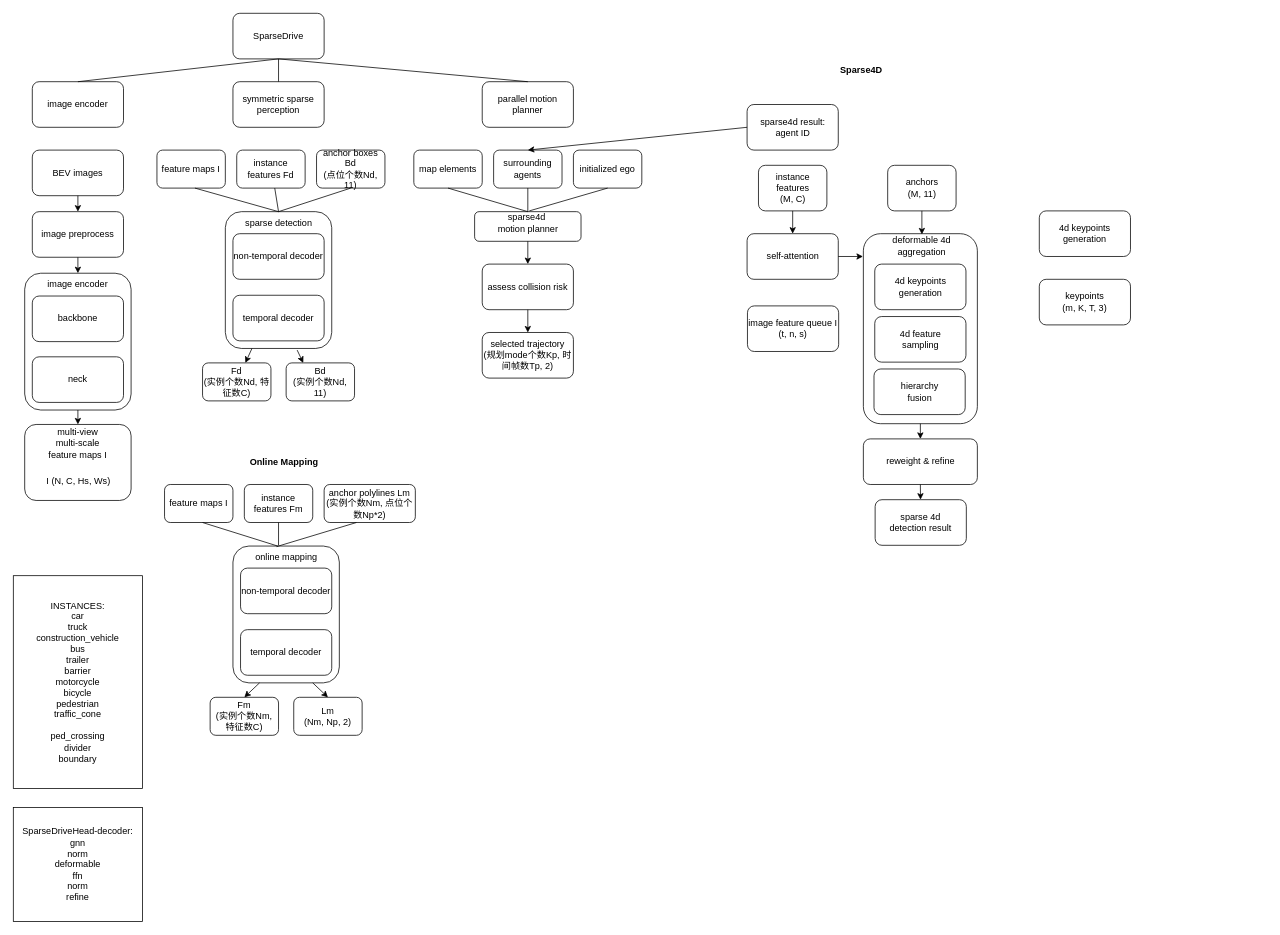
wxxsusie/files keeps this draw.io diagram as sparsedrive.drawio. Above is the earlier version. Source tidied: cells renumbered, new cells numbered last; positions are measured from the earlier drawing's top-left corner, leaving out a move shared by most shapes. Both pictures are drawn from the tidied source at 76%, with x=0, y=0 at pixel (13, 13).
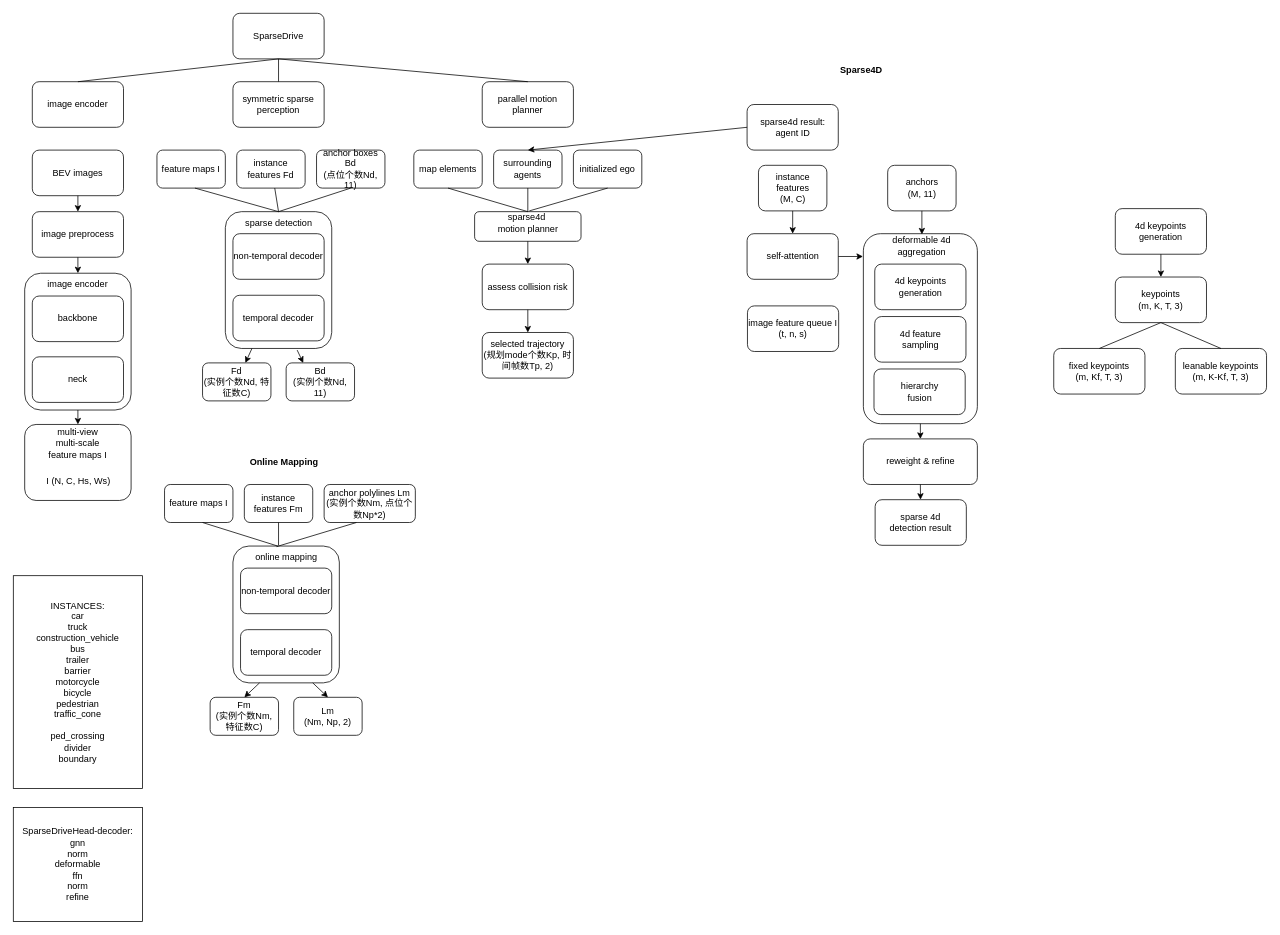
The same diagram, later.

Change to the diagram source:
```diff
@@
     <mxCell id="83" value="4d keypoints generation" style="rounded=1;whiteSpace=wrap;html=1;" parent="1" vertex="1">
-      <mxGeometry x="1350" y="260" width="120" height="60" as="geometry" />
+      <mxGeometry x="1450" y="257" width="120" height="60" as="geometry" />
     </mxCell>
     <mxCell id="84" value="keypoints&lt;div&gt;(m, K, T, 3)&lt;/div&gt;" style="rounded=1;whiteSpace=wrap;html=1;" parent="1" vertex="1">
-      <mxGeometry x="1350" y="350" width="120" height="60" as="geometry" />
+      <mxGeometry x="1450" y="347" width="120" height="60" as="geometry" />
     </mxCell>
+    <mxCell id="85" value="fixed keypoints&lt;div&gt;(m, Kf, T, 3)&lt;/div&gt;" style="rounded=1;whiteSpace=wrap;html=1;" parent="1" vertex="1">
+      <mxGeometry x="1369" y="441" width="120" height="60" as="geometry" />
+    </mxCell>
+    <mxCell id="86" value="leanable keypoints&lt;div&gt;(m, K-Kf, T, 3)&lt;/div&gt;" style="rounded=1;whiteSpace=wrap;html=1;" parent="1" vertex="1">
+      <mxGeometry x="1529" y="441" width="120" height="60" as="geometry" />
+    </mxCell>
+    <mxCell id="87" style="endArrow=classic;html=1;rounded=0;exitX=0.5;exitY=1;exitDx=0;exitDy=0;" parent="1" edge="1" source="83" target="84">
+      <mxGeometry relative="1" as="geometry" />
+    </mxCell>
+    <mxCell id="88" style="endArrow=none;html=1;rounded=0;entryX=0.5;entryY=1;entryDx=0;entryDy=0;exitX=0.5;exitY=0;exitDx=0;exitDy=0;" parent="1" edge="1" source="85" target="84">
+      <mxGeometry relative="1" as="geometry" />
+    </mxCell>
+    <mxCell id="89" style="endArrow=none;html=1;rounded=0;entryX=0.5;entryY=1;entryDx=0;entryDy=0;exitX=0.5;exitY=0;exitDx=0;exitDy=0;" parent="1" edge="1" source="86" target="84">
+      <mxGeometry relative="1" as="geometry" />
+    </mxCell>
```
